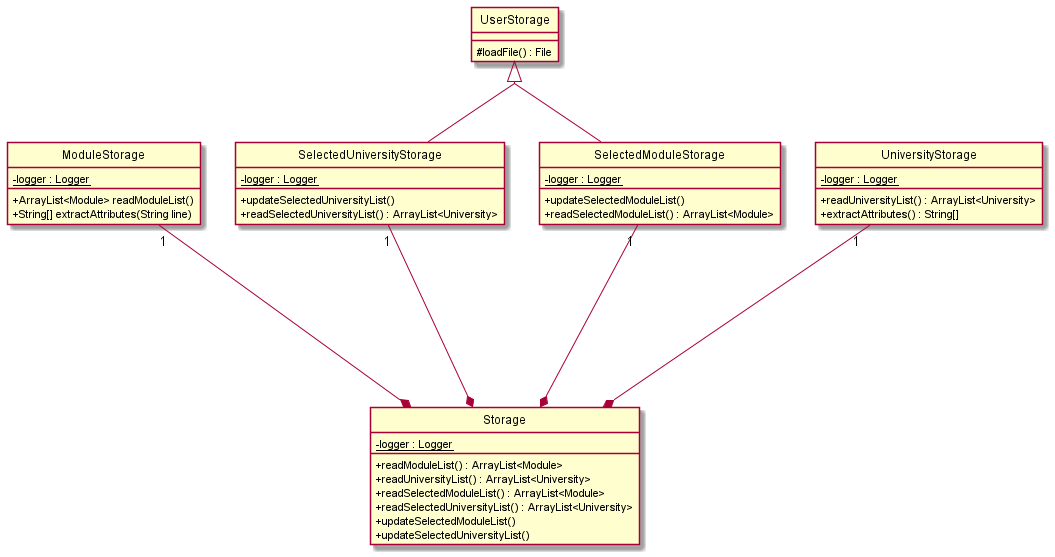
Above: docs/images/storage.png in nus-cs2113-AY2122S1/tp (PlantUML), before the change.
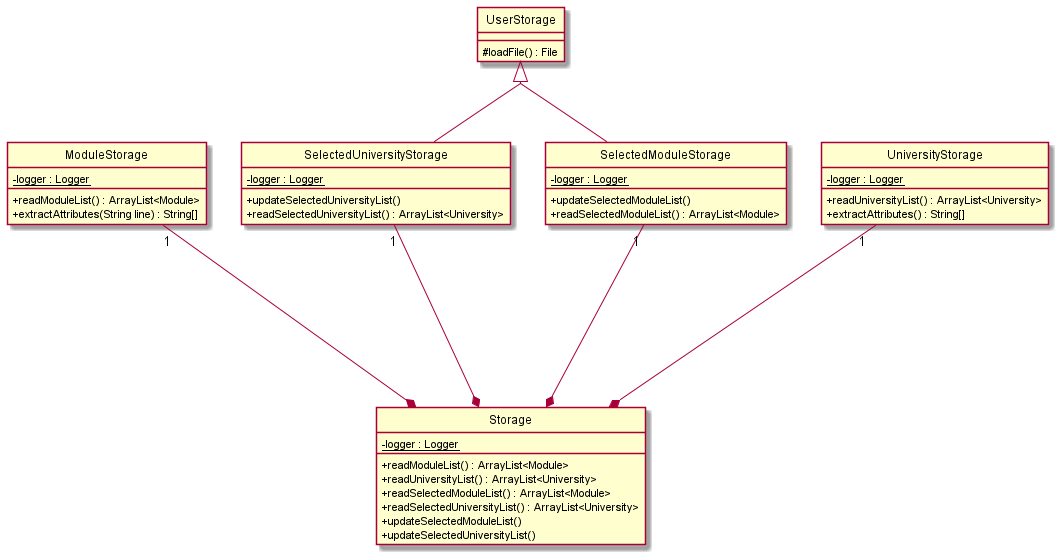
Later version of the same file.

Diff of the diagram source:
```diff
@@ -2,12 +2,12 @@
 hide circle
 skinparam classAttributeIconSize 0
 skinparam groupInheritance 2
-skinparam groupComposition 3
+
 ModuleStorage "1" ----* Storage
     ModuleStorage : - {static} logger : Logger
 
-    ModuleStorage : + ArrayList<Module> readModuleList()
-    ModuleStorage : + String[] extractAttributes(String line)
+    ModuleStorage : + readModuleList() : ArrayList<Module>
+    ModuleStorage : + extractAttributes(String line) : String[]
 
 UserStorage <|-- SelectedUniversityStorage
 SelectedUniversityStorage "1" ----* Storage
```
